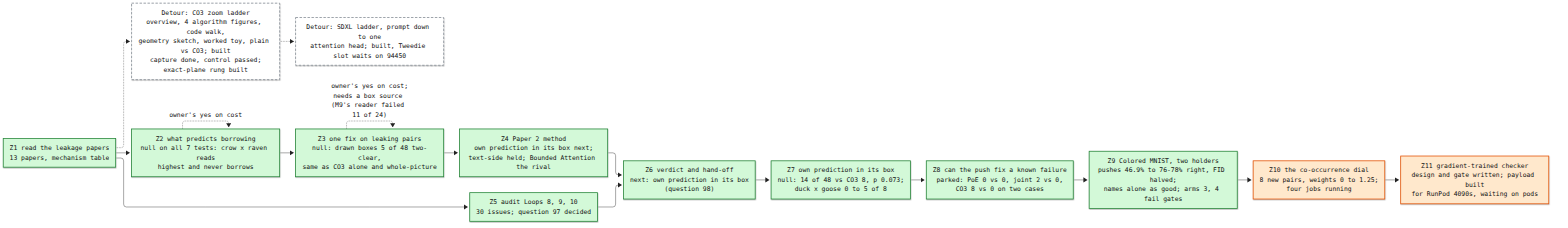
The Mermaid diagram artifacts/notes/progress/leakage/loop-12-progress.png in mo-rsa24/concept-composition, before a commit. Its source is kept beside it as artifacts/notes/progress/leakage/loop-12-progress.mmd.
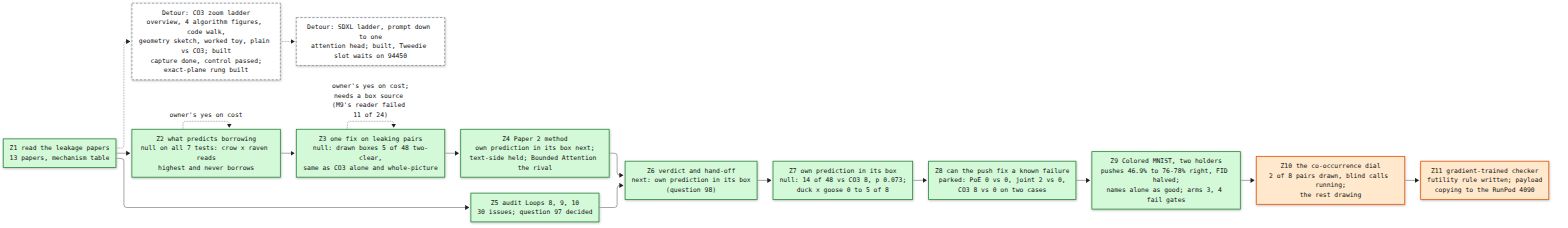
After the change.

Commit message:
Loop 12 map: Z10 first pairs, Z11 pod copy

The edit, as a diff of the source:
```diff
@@ -20,9 +20,9 @@
   Z7 --> Z8
   Z9["Z9 Colored MNIST, two holders<br/>pushes 46.9% to 76-78% right, FID halved;<br/>names alone as good; arms 3, 4 fail gates"]:::done
   Z8 --> Z9
-  Z10["Z10 the co-occurrence dial<br/>8 new pairs, weights 0 to 1.25;<br/>four jobs running"]:::doing
+  Z10["Z10 the co-occurrence dial<br/>2 of 8 pairs drawn, blind calls running;<br/>the rest drawing"]:::doing
   Z9 --> Z10
-  Z11["Z11 gradient-trained checker<br/>design and gate written; payload built<br/>for RunPod 4090s, waiting on pods"]:::doing
+  Z11["Z11 gradient-trained checker<br/>futility rule written; payload<br/>copying to the RunPod 4090"]:::doing
   Z10 --> Z11
   classDef done fill:#d3f9d8,stroke:#2b8a3e,stroke-width:2px
   classDef doing fill:#ffe8cc,stroke:#e8590c,stroke-width:2px
```
